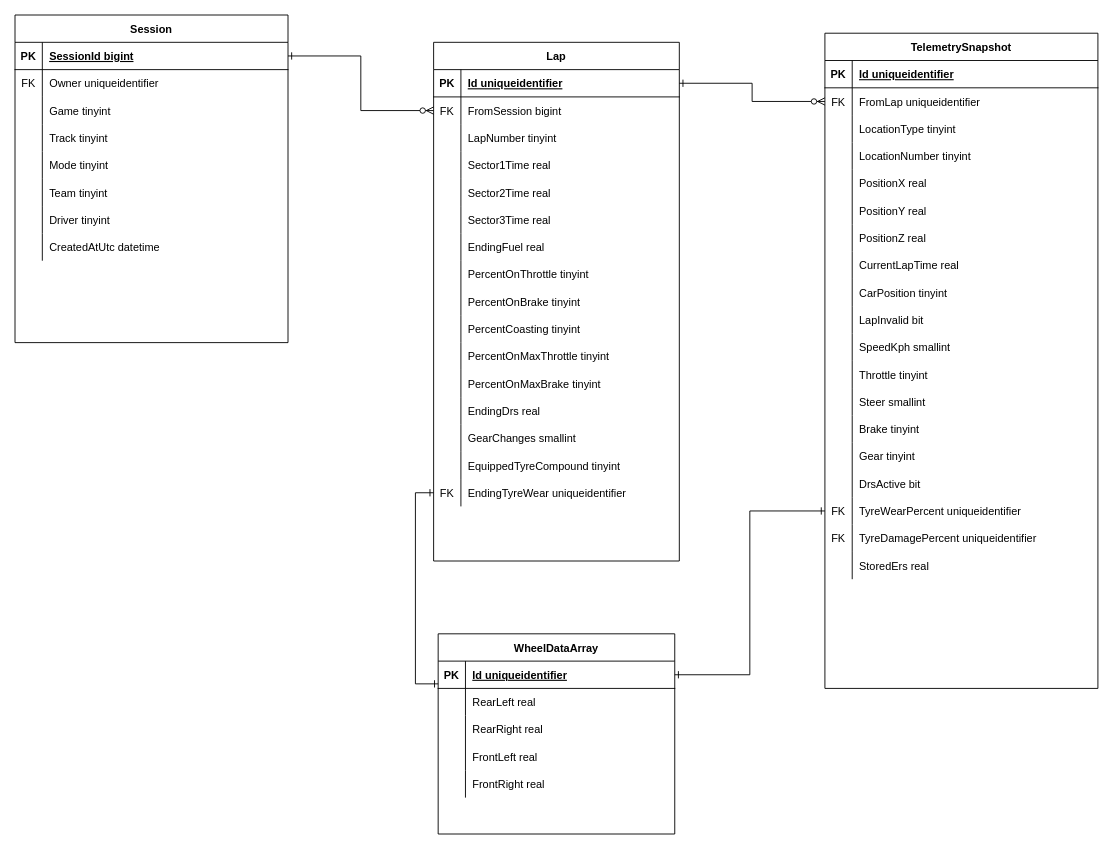
This is page "Sessions v2" (2 of 5) of ApexVisualErd.drawio from TimHanewich/ApexVisualLibrary, a draw.io file, before an edit. Source tidied: cells renumbered, new cells numbered last; positions are measured from the earlier drawing's top-left corner, leaving out a move shared by most shapes. Both pictures are drawn from the tidied source at 91%, with x=0, y=0 at pixel (15, 15).
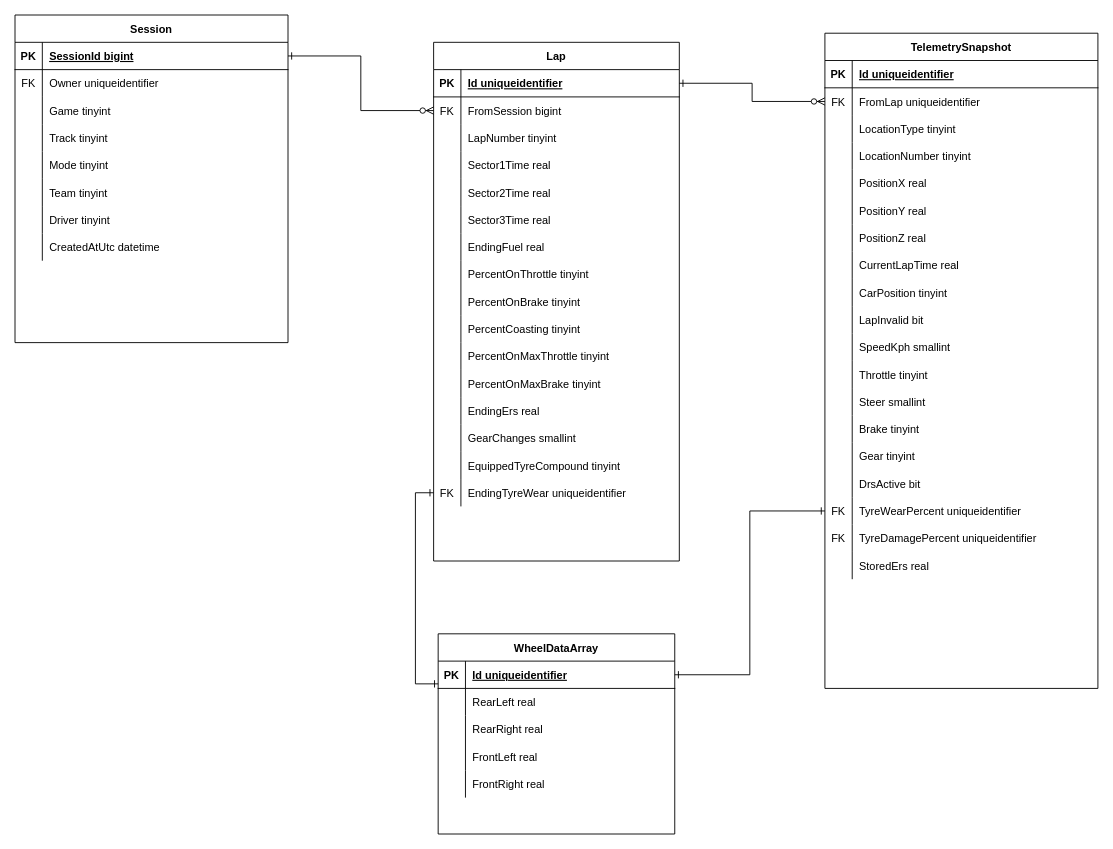
Above is the later version.

Commit message (it also covers changes not shown here):
Corrected EndingErs

Unchanged cells that the change refers to:
```xml
<mxCell id="64" style="shape=partialRectangle;fillColor=none;top=0;left=0;bottom=0;right=0;" parent="27" vertex="1">
  <mxGeometry y="390" width="270" height="30" as="geometry" />
</mxCell>
```

What changed in the source:
```diff
@@
-    <mxCell id="66" value="EndingDrs real" style="shape=partialRectangle;fillColor=none;top=0;left=0;bottom=0;right=0;align=left;spacingLeft=6;overflow=hidden;" parent="64" vertex="1">
+    <mxCell id="66" value="EndingErs real" style="shape=partialRectangle;fillColor=none;top=0;left=0;bottom=0;right=0;align=left;spacingLeft=6;overflow=hidden;" parent="64" vertex="1">
       <mxGeometry x="30" width="240" height="30" as="geometry" />
     </mxCell>
```
